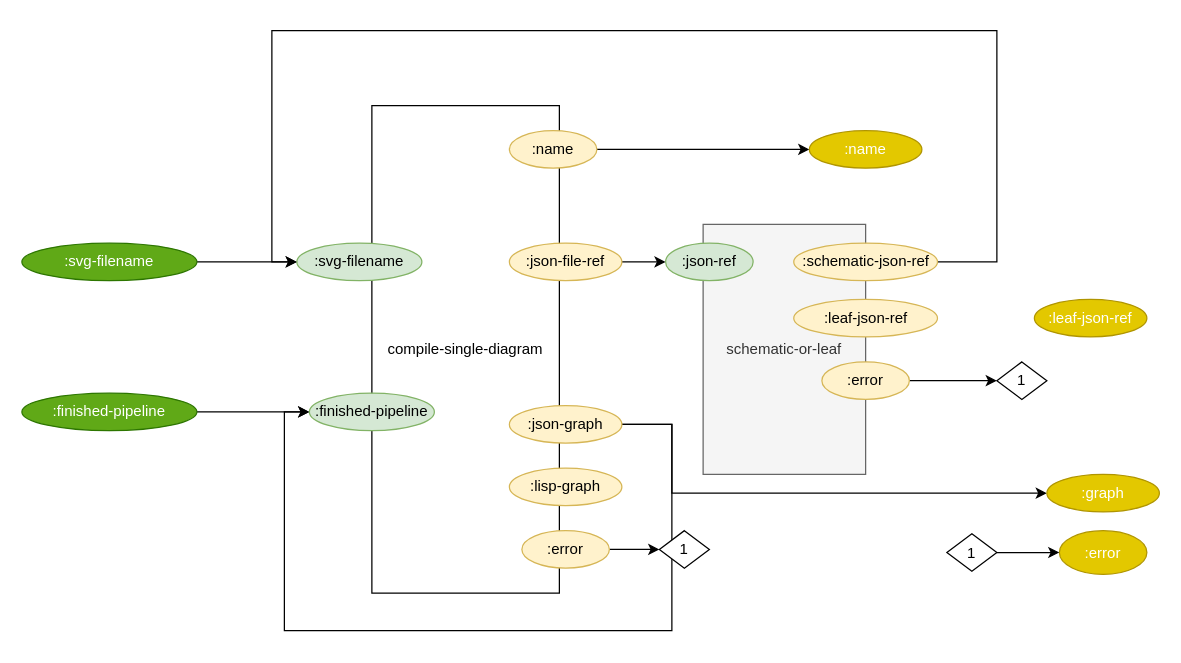
This is page "build" (4 of 4) of build_process/cl-build/build.drawio from bmfbp/bmfbp, a draw.io file, before an edit. Source tidied: cells renumbered, new cells numbered last; positions are measured from the earlier drawing's top-left corner, leaving out a move shared by most shapes. Both pictures are drawn from the tidied source at 125%, with x=0, y=0 at pixel (21, 30).
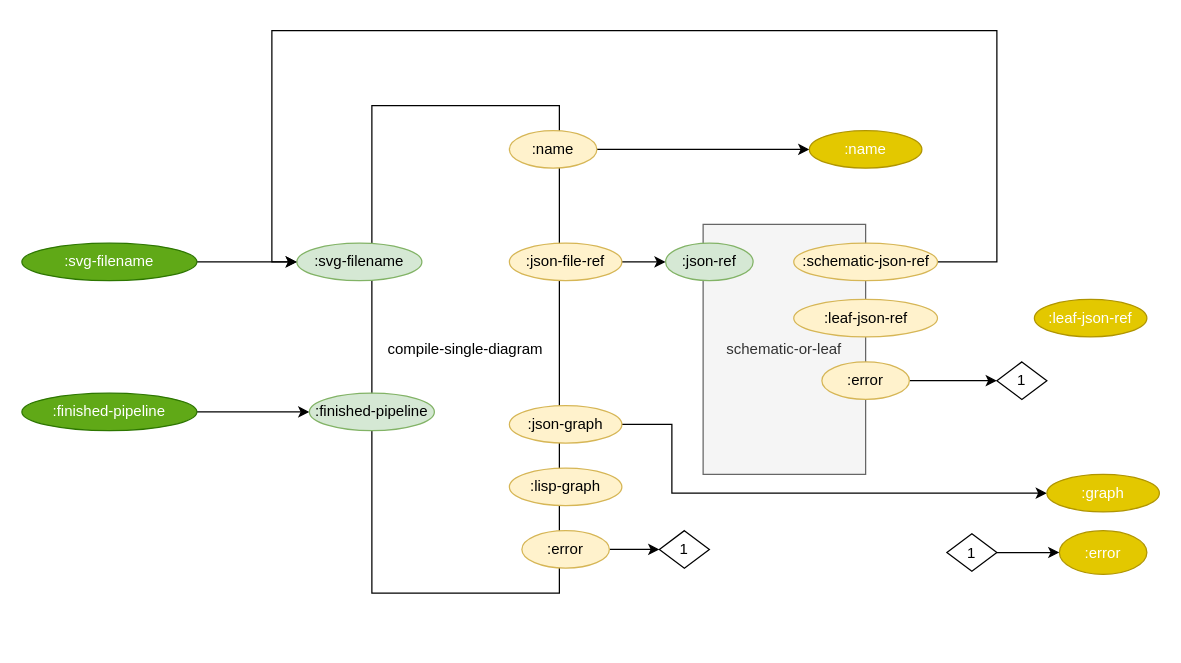
The same diagram, later.

Commit message (it also covers changes not shown here):
wip: working on compiler recursion

Unchanged cells that the change refers to:
```xml
<mxCell id="9" value=":json-graph" style="ellipse;whiteSpace=wrap;html=1;fillColor=#fff2cc;strokeColor=#d6b656;" parent="1" vertex="1">
  <mxGeometry x="390" y="300" width="90" height="30" as="geometry" />
</mxCell>
<mxCell id="33" value=":finished-pipeline" style="ellipse;whiteSpace=wrap;html=1;fillColor=#d5e8d4;strokeColor=#82b366;" parent="1" vertex="1">
  <mxGeometry x="230" y="290" width="100" height="30" as="geometry" />
</mxCell>
```

The edit, as a diff of the source:
```diff
@@
-    <mxCell id="8" style="edgeStyle=orthogonalEdgeStyle;rounded=0;jettySize=auto;html=1;exitX=1;exitY=0.5;exitDx=0;exitDy=0;entryX=0;entryY=0.5;entryDx=0;entryDy=0;" parent="1" edge="1" source="9" target="33">
-      <mxGeometry relative="1" as="geometry">
-        <Array as="points">
-          <mxPoint x="520" y="315" />
-          <mxPoint x="520" y="480" />
-          <mxPoint x="210" y="480" />
-          <mxPoint x="210" y="305" />
-        </Array>
-      </mxGeometry>
-    </mxCell>
```
